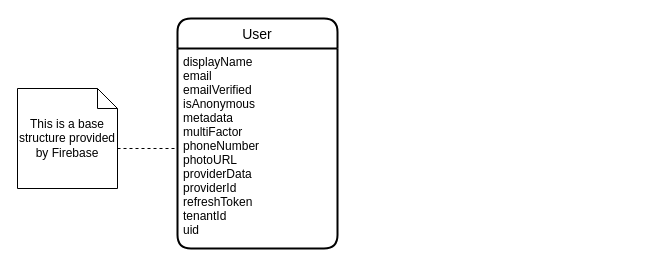
Above: page "ER Diagram" (1 of 2) of Bucks.drawio in ngthuongdoan/bucks (draw.io), before the change. Source tidied: cells renumbered, new cells numbered last; positions are measured from the earlier drawing's top-left corner, leaving out a move shared by most shapes. Both pictures are drawn from the tidied source at 100%, with x=0, y=0 at pixel (17, 18).
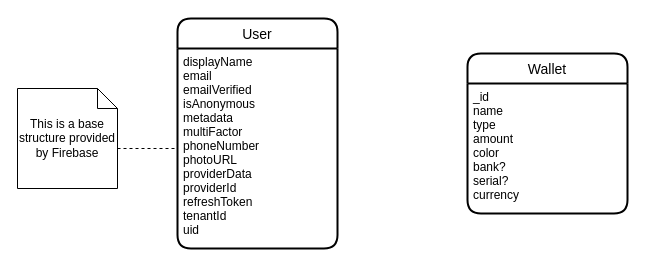
The same diagram, later.

Diff of the diagram source:
```diff
@@
 <mxGraphModel>
   <root>
     <mxCell id="0" />
     <mxCell id="1" parent="0" />
     <mxCell id="2" value="User" style="swimlane;horizontal=1;startSize=30;rounded=1;fontSize=14;fontStyle=0;strokeWidth=2;shadow=0;dashed=0;align=center;" parent="1" vertex="1">
       <mxGeometry x="160" width="160" height="230" as="geometry" />
     </mxCell>
     <mxCell id="3" value="displayName&#10;email&#10;emailVerified&#10;isAnonymous&#10;metadata&#10;multiFactor&#10;phoneNumber&#10;photoURL&#10;providerData&#10;providerId&#10;refreshToken&#10;tenantId&#10;uid" style="align=left;strokeColor=none;fillColor=none;spacingLeft=4;fontSize=12;verticalAlign=top;" parent="2" vertex="1">
       <mxGeometry y="30" width="160" height="200" as="geometry" />
     </mxCell>
     <mxCell id="4" style="edgeStyle=orthogonalEdgeStyle;rounded=0;jettySize=auto;html=1;exitX=0;exitY=0;exitDx=100;exitDy=60;exitPerimeter=0;dashed=1;endArrow=none;endFill=0;" parent="1" edge="1" source="5" target="3">
       <mxGeometry relative="1" as="geometry" />
     </mxCell>
     <mxCell id="5" value="This is a base structure provided by Firebase" style="shape=note;size=20;whiteSpace=wrap;html=1;" parent="1" vertex="1">
       <mxGeometry y="70" width="100" height="100" as="geometry" />
     </mxCell>
+    <mxCell id="6" value="Wallet" style="swimlane;horizontal=1;startSize=30;rounded=1;fontSize=14;fontStyle=0;strokeWidth=2;shadow=0;dashed=0;align=center;" parent="1" vertex="1">
+      <mxGeometry x="450" y="35" width="160" height="160" as="geometry" />
+    </mxCell>
+    <mxCell id="7" value="_id&#10;name&#10;type&#10;amount&#10;color&#10;bank?&#10;serial?&#10;currency" style="align=left;strokeColor=none;fillColor=none;spacingLeft=4;fontSize=12;verticalAlign=top;" parent="6" vertex="1">
+      <mxGeometry y="30" width="160" height="130" as="geometry" />
+    </mxCell>
   </root>
 </mxGraphModel>
```
